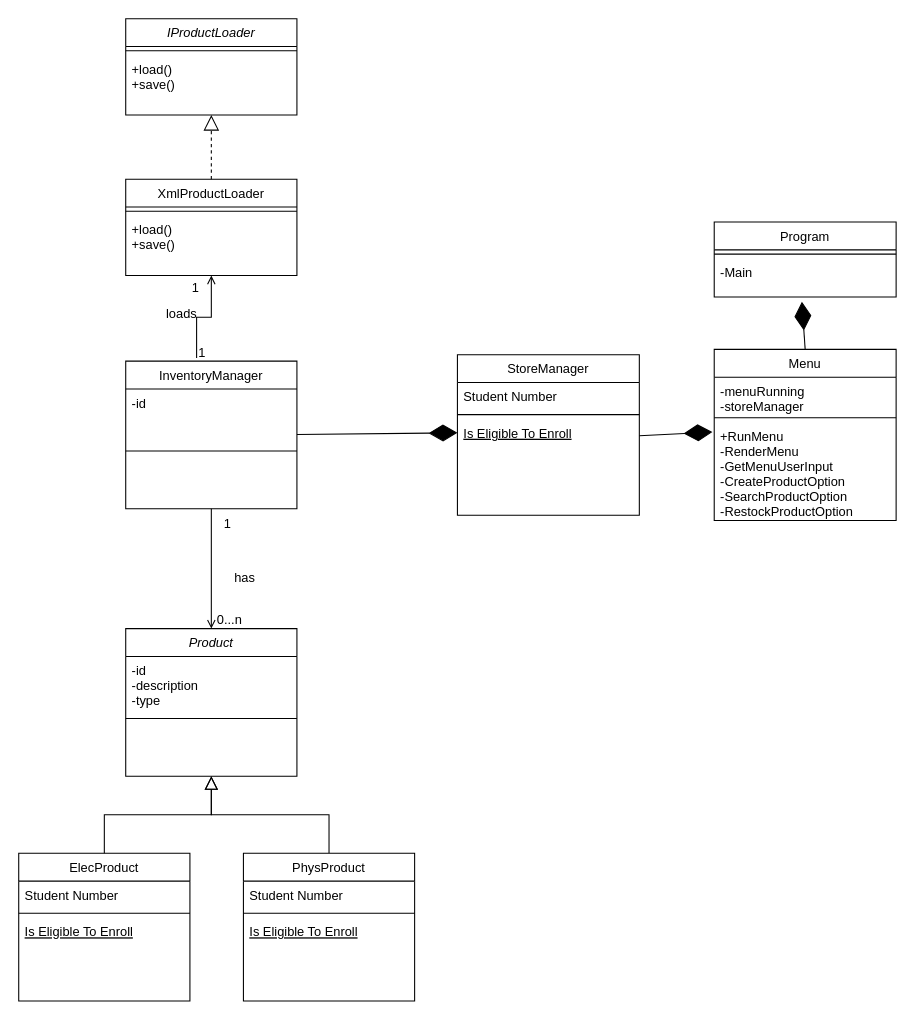
Before: Solution/Design_Documents/classes.drawio in jose-robles2/Store-App-2, a draw.io diagram. Source tidied: cells renumbered, new cells numbered last; positions are measured from the earlier drawing's top-left corner, leaving out a move shared by most shapes. Both pictures are drawn from the tidied source at 107%, with x=0, y=0 at pixel (18, 18).
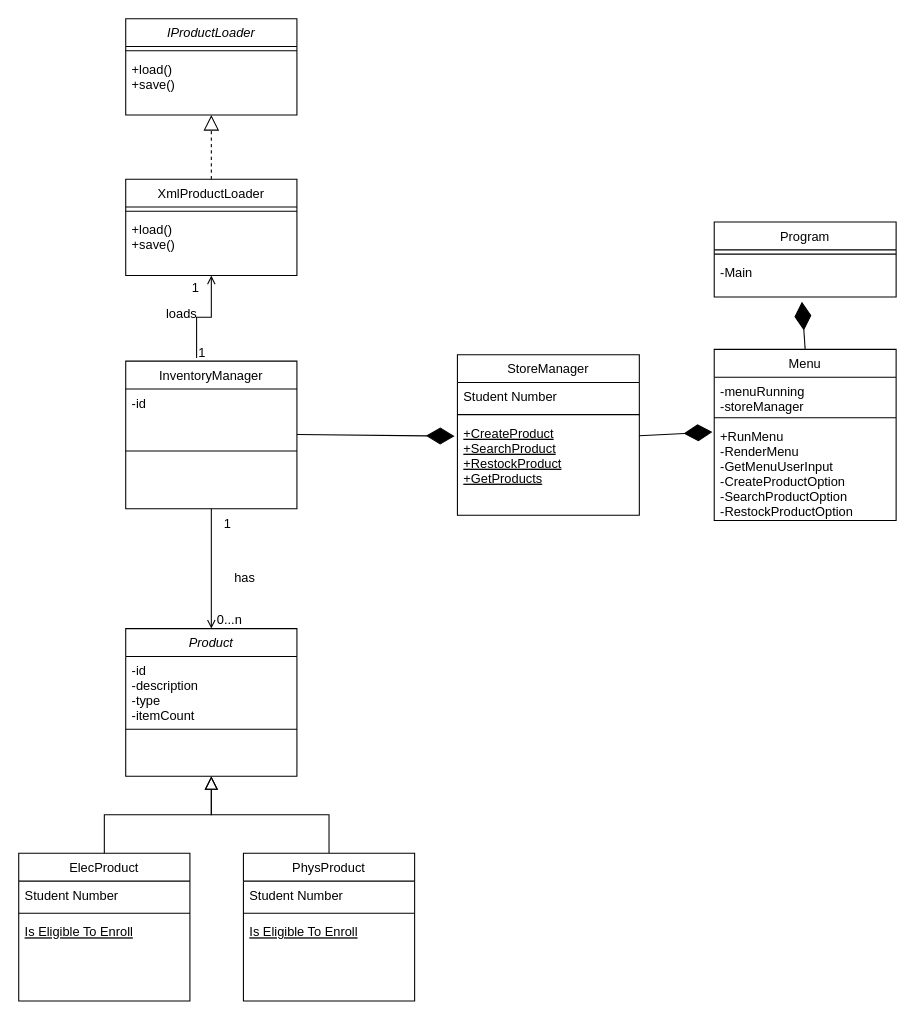
Above is the later version.

The change refers to these unchanged cells:
```xml
<mxCell id="2" value="Product" style="swimlane;fontStyle=2;align=center;verticalAlign=top;horizontal=1;startSize=26;rounded=0;shadow=0;strokeWidth=1;" parent="1" vertex="1">
  <mxGeometry x="100" y="570" width="160" height="138" as="geometry" />
</mxCell>
<mxCell id="23" value="StoreManager" style="swimlane;fontStyle=0;align=center;verticalAlign=top;horizontal=1;startSize=26;rounded=0;shadow=0;strokeWidth=1;" parent="1" vertex="1">
  <mxGeometry x="410" y="314" width="170" height="150" as="geometry" />
</mxCell>
```

The edit, as a diff of the source:
```diff
@@
-    <mxCell id="3" value="-id&#10;-description&#10;-type" style="text;align=left;verticalAlign=top;spacingLeft=4;spacingRight=4;overflow=hidden;rounded=0;shadow=0;html=0;" parent="2" vertex="1">
-      <mxGeometry y="26" width="160" height="54" as="geometry" />
+    <mxCell id="3" value="-id&#10;-description&#10;-type&#10;-itemCount" style="text;align=left;verticalAlign=top;spacingLeft=4;spacingRight=4;overflow=hidden;rounded=0;shadow=0;html=0;" parent="2" vertex="1">
+      <mxGeometry y="26" width="160" height="64" as="geometry" />
     </mxCell>
     <mxCell id="4" style="line;html=1;strokeWidth=1;align=left;verticalAlign=middle;spacingTop=-1;spacingLeft=3;spacingRight=3;labelPosition=right;" parent="2" vertex="1">
-      <mxGeometry y="80" width="160" height="8" as="geometry" />
+      <mxGeometry y="90" width="160" height="8" as="geometry" />
     </mxCell>
@@
-    <mxCell id="18" style="endArrow=diamondThin;endFill=1;endSize=24;html=1;rounded=0;entryX=0;entryY=0.5;entryDx=0;entryDy=0;" parent="1" edge="1" target="26">
+    <mxCell id="18" style="endArrow=diamondThin;endFill=1;endSize=24;html=1;rounded=0;entryX=-0.015;entryY=0.179;entryDx=0;entryDy=0;entryPerimeter=0;" parent="1" edge="1" target="26">
       <mxGeometry relative="1" as="geometry">
         <mxPoint x="260" y="388.6" as="sourcePoint" />
       </mxGeometry>
     </mxCell>
@@
-    <mxCell id="26" value="Is Eligible To Enroll" style="text;align=left;verticalAlign=top;spacingLeft=4;spacingRight=4;overflow=hidden;points=[[0,0.5],[1,0.5]];portConstraint=eastwest;fontStyle=4;" parent="23" vertex="1">
-      <mxGeometry y="60" width="170" height="26" as="geometry" />
+    <mxCell id="26" value="+CreateProduct&#10;+SearchProduct&#10;+RestockProduct&#10;+GetProducts&#10;" style="text;align=left;verticalAlign=top;spacingLeft=4;spacingRight=4;overflow=hidden;points=[[0,0.5],[1,0.5]];portConstraint=eastwest;fontStyle=4;" parent="23" vertex="1">
+      <mxGeometry y="60" width="170" height="90" as="geometry" />
     </mxCell>
```
